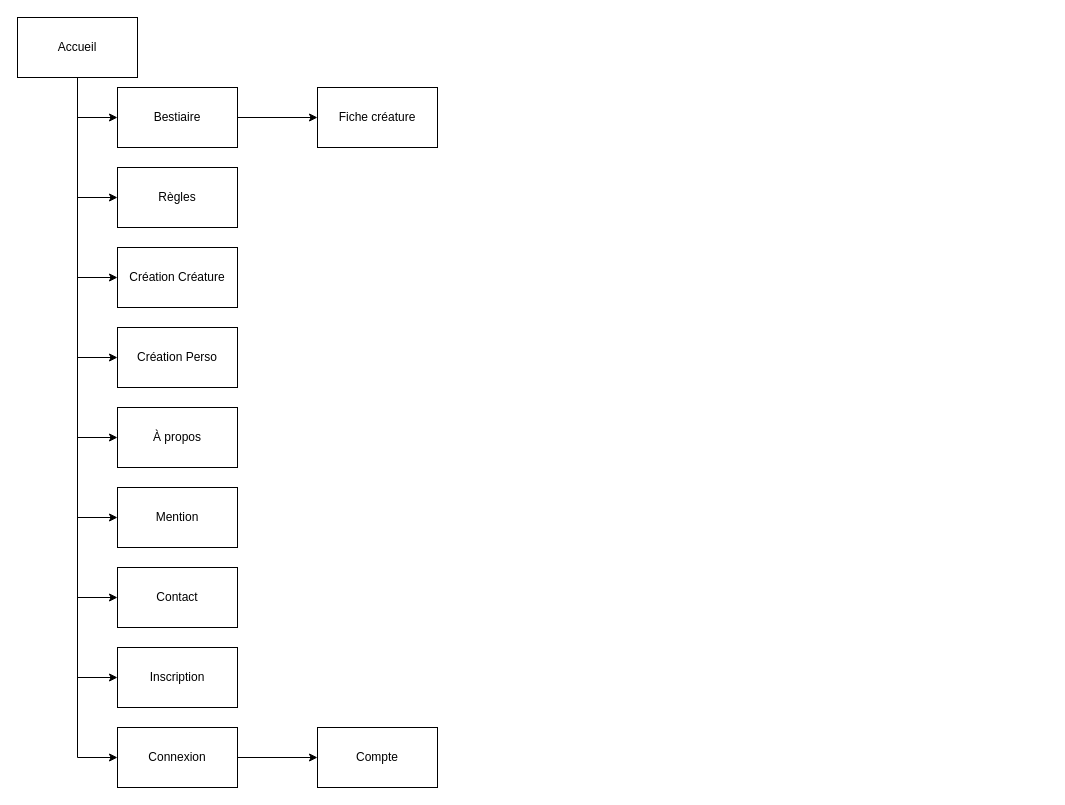
Before: 3_Mon_Projet_Fil_Rouge/2_Maquettage/Arborescence Site.drawio in SkollLockheart/ADRAR_Cours, a draw.io diagram. Source tidied: cells renumbered, new cells numbered last; positions are measured from the earlier drawing's top-left corner, leaving out a move shared by most shapes. Both pictures are drawn from the tidied source at 100%, with x=0, y=0 at pixel (17, 17).
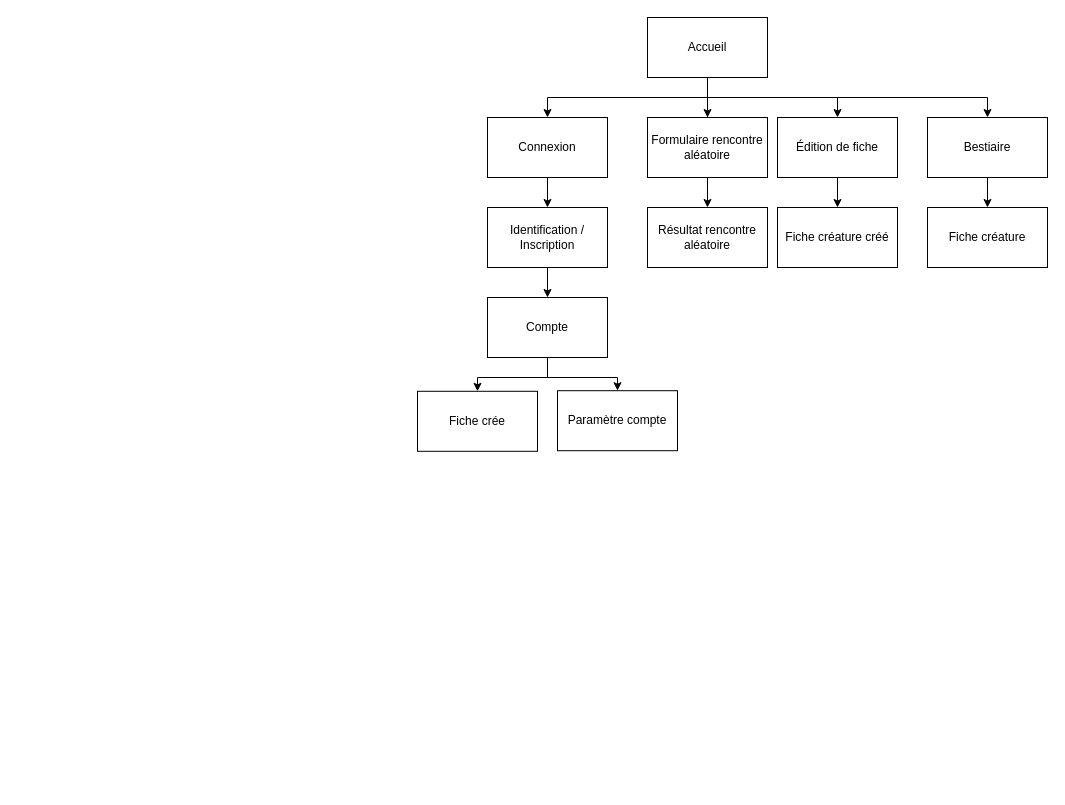
The same page after the edit.

Change to the diagram source:
```diff
@@
-    <mxCell id="2" style="edgeStyle=orthogonalEdgeStyle;rounded=0;jettySize=auto;html=1;exitX=0.5;exitY=1;exitDx=0;exitDy=0;entryX=0;entryY=0.5;entryDx=0;entryDy=0;" parent="1" edge="1" source="11" target="13">
+    <mxCell id="2" style="edgeStyle=orthogonalEdgeStyle;rounded=0;jettySize=auto;html=1;exitX=0.5;exitY=1;exitDx=0;exitDy=0;entryX=0.5;entryY=0;entryDx=0;entryDy=0;" parent="1" edge="1" source="11" target="13">
       <mxGeometry relative="1" as="geometry" />
     </mxCell>
-    <mxCell id="3" style="edgeStyle=orthogonalEdgeStyle;rounded=0;jettySize=auto;html=1;exitX=0.5;exitY=1;exitDx=0;exitDy=0;entryX=0;entryY=0.5;entryDx=0;entryDy=0;" parent="1" edge="1" source="11" target="22">
-      <mxGeometry relative="1" as="geometry" />
-    </mxCell>
-    <mxCell id="4" style="edgeStyle=orthogonalEdgeStyle;rounded=0;jettySize=auto;html=1;exitX=0.5;exitY=1;exitDx=0;exitDy=0;entryX=0;entryY=0.5;entryDx=0;entryDy=0;" parent="1" edge="1" source="11" target="14">
+    <mxCell id="4" style="edgeStyle=orthogonalEdgeStyle;rounded=0;jettySize=auto;html=1;exitX=0.5;exitY=1;exitDx=0;exitDy=0;entryX=0.5;entryY=0;entryDx=0;entryDy=0;" parent="1" edge="1" source="11" target="14">
       <mxGeometry relative="1" as="geometry" />
     </mxCell>
-    <mxCell id="5" style="edgeStyle=orthogonalEdgeStyle;rounded=0;jettySize=auto;html=1;exitX=0.5;exitY=1;exitDx=0;exitDy=0;entryX=0;entryY=0.5;entryDx=0;entryDy=0;" parent="1" edge="1" source="11" target="18">
-      <mxGeometry relative="1" as="geometry" />
-    </mxCell>
-    <mxCell id="6" style="edgeStyle=orthogonalEdgeStyle;rounded=0;jettySize=auto;html=1;exitX=0.5;exitY=1;exitDx=0;exitDy=0;entryX=0;entryY=0.5;entryDx=0;entryDy=0;" parent="1" edge="1" source="11" target="19">
-      <mxGeometry relative="1" as="geometry" />
-    </mxCell>
-    <mxCell id="7" style="edgeStyle=orthogonalEdgeStyle;rounded=0;jettySize=auto;html=1;exitX=0.5;exitY=1;exitDx=0;exitDy=0;entryX=0;entryY=0.5;entryDx=0;entryDy=0;" parent="1" edge="1" source="11" target="20">
-      <mxGeometry relative="1" as="geometry" />
-    </mxCell>
-    <mxCell id="8" style="edgeStyle=orthogonalEdgeStyle;rounded=0;jettySize=auto;html=1;exitX=0.5;exitY=1;exitDx=0;exitDy=0;entryX=0;entryY=0.5;entryDx=0;entryDy=0;" parent="1" edge="1" source="11" target="21">
-      <mxGeometry relative="1" as="geometry" />
-    </mxCell>
-    <mxCell id="9" style="edgeStyle=orthogonalEdgeStyle;rounded=0;jettySize=auto;html=1;exitX=0.5;exitY=1;exitDx=0;exitDy=0;entryX=0;entryY=0.5;entryDx=0;entryDy=0;" parent="1" edge="1" source="11" target="16">
-      <mxGeometry relative="1" as="geometry" />
-    </mxCell>
+    <mxCell id="25" style="edgeStyle=orthogonalEdgeStyle;rounded=0;jettySize=auto;html=1;exitX=0.5;exitY=1;exitDx=0;exitDy=0;" parent="1" edge="1" source="11" target="19">
+      <mxGeometry relative="1" as="geometry" />
+    </mxCell>
-    <mxCell id="10" style="edgeStyle=orthogonalEdgeStyle;rounded=0;jettySize=auto;html=1;exitX=0.5;exitY=1;exitDx=0;exitDy=0;entryX=0;entryY=0.5;entryDx=0;entryDy=0;" parent="1" edge="1" source="11" target="15">
+    <mxCell id="10" style="edgeStyle=orthogonalEdgeStyle;rounded=0;jettySize=auto;html=1;exitX=0.5;exitY=1;exitDx=0;exitDy=0;entryX=0.5;entryY=0;entryDx=0;entryDy=0;" parent="1" edge="1" source="11" target="15">
       <mxGeometry relative="1" as="geometry" />
     </mxCell>
     <mxCell id="11" value="Accueil" style="rounded=0;whiteSpace=wrap;html=1;" parent="1" vertex="1">
-      <mxGeometry width="120" height="60" as="geometry" />
+      <mxGeometry x="630" width="120" height="60" as="geometry" />
     </mxCell>
@@
     <mxCell id="13" value="Bestiaire" style="rounded=0;whiteSpace=wrap;html=1;" parent="1" vertex="1">
-      <mxGeometry x="100" y="70" width="120" height="60" as="geometry" />
+      <mxGeometry x="910" y="100" width="120" height="60" as="geometry" />
     </mxCell>
+    <mxCell id="26" style="edgeStyle=orthogonalEdgeStyle;rounded=0;jettySize=auto;html=1;exitX=0.5;exitY=1;exitDx=0;exitDy=0;entryX=0.5;entryY=0;entryDx=0;entryDy=0;" parent="1" edge="1" source="14" target="18">
+      <mxGeometry relative="1" as="geometry" />
+    </mxCell>
-    <mxCell id="14" value="Création Créature" style="rounded=0;whiteSpace=wrap;html=1;" parent="1" vertex="1">
-      <mxGeometry x="100" y="230" width="120" height="60" as="geometry" />
+    <mxCell id="14" value="Édition de fiche" style="rounded=0;whiteSpace=wrap;html=1;" parent="1" vertex="1">
+      <mxGeometry x="760" y="100" width="120" height="60" as="geometry" />
     </mxCell>
+    <mxCell id="27" style="edgeStyle=orthogonalEdgeStyle;rounded=0;jettySize=auto;html=1;exitX=0.5;exitY=1;exitDx=0;exitDy=0;entryX=0.5;entryY=0;entryDx=0;entryDy=0;" parent="1" edge="1" source="15" target="16">
+      <mxGeometry relative="1" as="geometry" />
+    </mxCell>
     <mxCell id="15" value="Connexion" style="rounded=0;whiteSpace=wrap;html=1;" parent="1" vertex="1">
-      <mxGeometry x="100" y="710" width="120" height="60" as="geometry" />
+      <mxGeometry x="470" y="100" width="120" height="60" as="geometry" />
     </mxCell>
+    <mxCell id="28" style="edgeStyle=orthogonalEdgeStyle;rounded=0;jettySize=auto;html=1;exitX=0.5;exitY=1;exitDx=0;exitDy=0;entryX=0.5;entryY=0;entryDx=0;entryDy=0;" parent="1" edge="1" source="16" target="17">
+      <mxGeometry relative="1" as="geometry" />
+    </mxCell>
-    <mxCell id="16" value="Inscription" style="whiteSpace=wrap;html=1;rounded=0;" parent="1" vertex="1">
-      <mxGeometry x="100" y="630" width="120" height="60" as="geometry" />
+    <mxCell id="16" value="Identification / Inscription" style="whiteSpace=wrap;html=1;rounded=0;" parent="1" vertex="1">
+      <mxGeometry x="470" y="190" width="120" height="60" as="geometry" />
     </mxCell>
+    <mxCell id="29" style="edgeStyle=orthogonalEdgeStyle;rounded=0;jettySize=auto;html=1;exitX=0.5;exitY=1;exitDx=0;exitDy=0;entryX=0.5;entryY=0;entryDx=0;entryDy=0;" parent="1" edge="1" source="17" target="33">
+      <mxGeometry relative="1" as="geometry" />
+    </mxCell>
+    <mxCell id="30" style="edgeStyle=orthogonalEdgeStyle;rounded=0;jettySize=auto;html=1;exitX=0.5;exitY=1;exitDx=0;exitDy=0;entryX=0.5;entryY=0;entryDx=0;entryDy=0;" parent="1" edge="1" source="17" target="34">
+      <mxGeometry relative="1" as="geometry" />
+    </mxCell>
     <mxCell id="17" value="Compte" style="whiteSpace=wrap;html=1;rounded=0;" parent="1" vertex="1">
-      <mxGeometry x="300" y="710" width="120" height="60" as="geometry" />
+      <mxGeometry x="470" y="280" width="120" height="60" as="geometry" />
     </mxCell>
-    <mxCell id="18" value="Création Perso" style="rounded=0;whiteSpace=wrap;html=1;" parent="1" vertex="1">
-      <mxGeometry x="100" y="310" width="120" height="60" as="geometry" />
+    <mxCell id="18" value="Fiche créature créé" style="rounded=0;whiteSpace=wrap;html=1;" parent="1" vertex="1">
+      <mxGeometry x="760" y="190" width="120" height="60" as="geometry" />
     </mxCell>
+    <mxCell id="20" value="Résultat rencontre aléatoire" style="rounded=0;whiteSpace=wrap;html=1;" parent="1" vertex="1">
+      <mxGeometry x="630" y="190" width="120" height="60" as="geometry" />
+    </mxCell>
+    <mxCell id="23" value="Fiche créature" style="whiteSpace=wrap;html=1;rounded=0;" parent="1" vertex="1">
+      <mxGeometry x="910" y="190" width="120" height="60" as="geometry" />
+    </mxCell>
+    <mxCell id="31" style="edgeStyle=orthogonalEdgeStyle;rounded=0;jettySize=auto;html=1;exitX=0.5;exitY=1;exitDx=0;exitDy=0;" parent="1" edge="1" source="19" target="20">
+      <mxGeometry relative="1" as="geometry" />
+    </mxCell>
-    <mxCell id="19" value="À propos" style="rounded=0;whiteSpace=wrap;html=1;" parent="1" vertex="1">
-      <mxGeometry x="100" y="390" width="120" height="60" as="geometry" />
+    <mxCell id="19" value="Formulaire rencontre aléatoire" style="rounded=0;whiteSpace=wrap;html=1;" parent="1" vertex="1">
+      <mxGeometry x="630" y="100" width="120" height="60" as="geometry" />
     </mxCell>
-    <mxCell id="20" value="Mention" style="rounded=0;whiteSpace=wrap;html=1;" parent="1" vertex="1">
-      <mxGeometry x="100" y="470" width="120" height="60" as="geometry" />
-    </mxCell>
-    <mxCell id="21" value="Contact" style="rounded=0;whiteSpace=wrap;html=1;" parent="1" vertex="1">
-      <mxGeometry x="100" y="550" width="120" height="60" as="geometry" />
-    </mxCell>
-    <mxCell id="22" value="Règles" style="rounded=0;whiteSpace=wrap;html=1;" parent="1" vertex="1">
-      <mxGeometry x="100" y="150" width="120" height="60" as="geometry" />
-    </mxCell>
-    <mxCell id="23" value="Fiche créature" style="whiteSpace=wrap;html=1;rounded=0;" parent="1" vertex="1">
-      <mxGeometry x="300" y="70" width="120" height="60" as="geometry" />
-    </mxCell>
-    <mxCell id="24" style="endArrow=classic;html=1;rounded=0;exitX=1;exitY=0.5;exitDx=0;exitDy=0;entryX=0;entryY=0.5;entryDx=0;entryDy=0;" parent="1" edge="1" source="15" target="17">
-      <mxGeometry relative="1" as="geometry" />
-    </mxCell>
+    <mxCell id="32" style="edgeStyle=orthogonalEdgeStyle;rounded=0;jettySize=auto;html=1;exitX=0.5;exitY=1;exitDx=0;exitDy=0;entryX=0.5;entryY=0;entryDx=0;entryDy=0;endArrow=none;" parent="1" edge="1" source="11" target="19">
+      <mxGeometry relative="1" as="geometry" />
+    </mxCell>
+    <mxCell id="33" value="Paramètre compte" style="whiteSpace=wrap;html=1;rounded=0;" parent="1" vertex="1">
+      <mxGeometry x="540" y="373.2" width="120" height="60" as="geometry" />
+    </mxCell>
+    <mxCell id="34" value="Fiche crée" style="whiteSpace=wrap;html=1;rounded=0;" parent="1" vertex="1">
+      <mxGeometry x="400" y="373.8" width="120" height="60" as="geometry" />
+    </mxCell>
```
